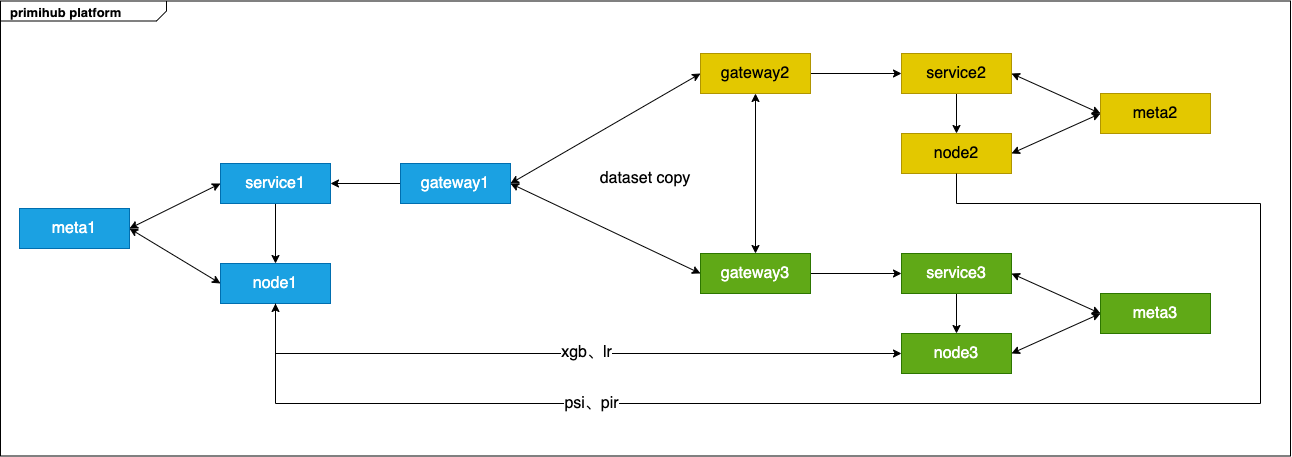
Earlier version of the draw.io export static/img/primihub_frame.png (primihub/primihub-docs). Source tidied: cells renumbered, new cells last; positions are measured from the earlier drawing's top-left corner, leaving out a move shared by most shapes.
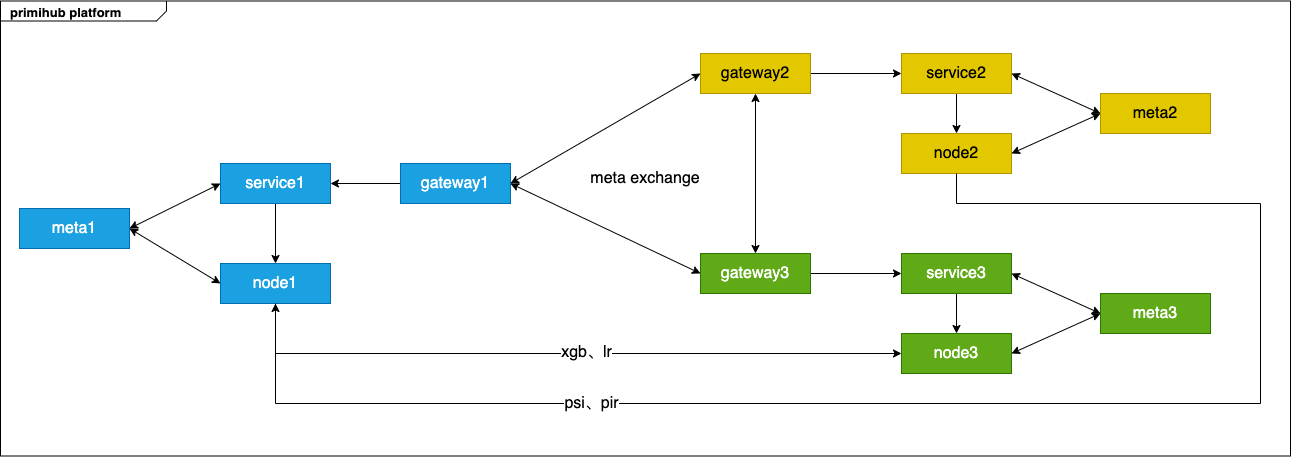
After the change.

Change to the diagram source:
```diff
@@ -86,7 +86,7 @@
     <mxCell id="29" style="endArrow=classic;startArrow=classic;html=1;rounded=0;entryX=0.5;entryY=0;entryDx=0;entryDy=0;exitX=0.5;exitY=1;exitDx=0;exitDy=0;" parent="1" edge="1" source="12" target="14">
       <mxGeometry relative="1" as="geometry" />
     </mxCell>
-    <mxCell id="30" value="dataset copy" style="text;html=1;strokeColor=none;fillColor=none;align=center;verticalAlign=middle;whiteSpace=wrap;rounded=0;fontSize=16;" parent="1" vertex="1">
+    <mxCell id="30" value="meta&amp;nbsp;exchange" style="text;html=1;strokeColor=none;fillColor=none;align=center;verticalAlign=middle;whiteSpace=wrap;rounded=0;fontSize=16;" parent="1" vertex="1">
       <mxGeometry x="585" y="162" width="120" height="30" as="geometry" />
     </mxCell>
     <mxCell id="31" style="endArrow=classic;html=1;rounded=0;exitX=0.5;exitY=1;exitDx=0;exitDy=0;entryX=0;entryY=0.5;entryDx=0;entryDy=0;" parent="1" edge="1" source="7" target="21">
```
